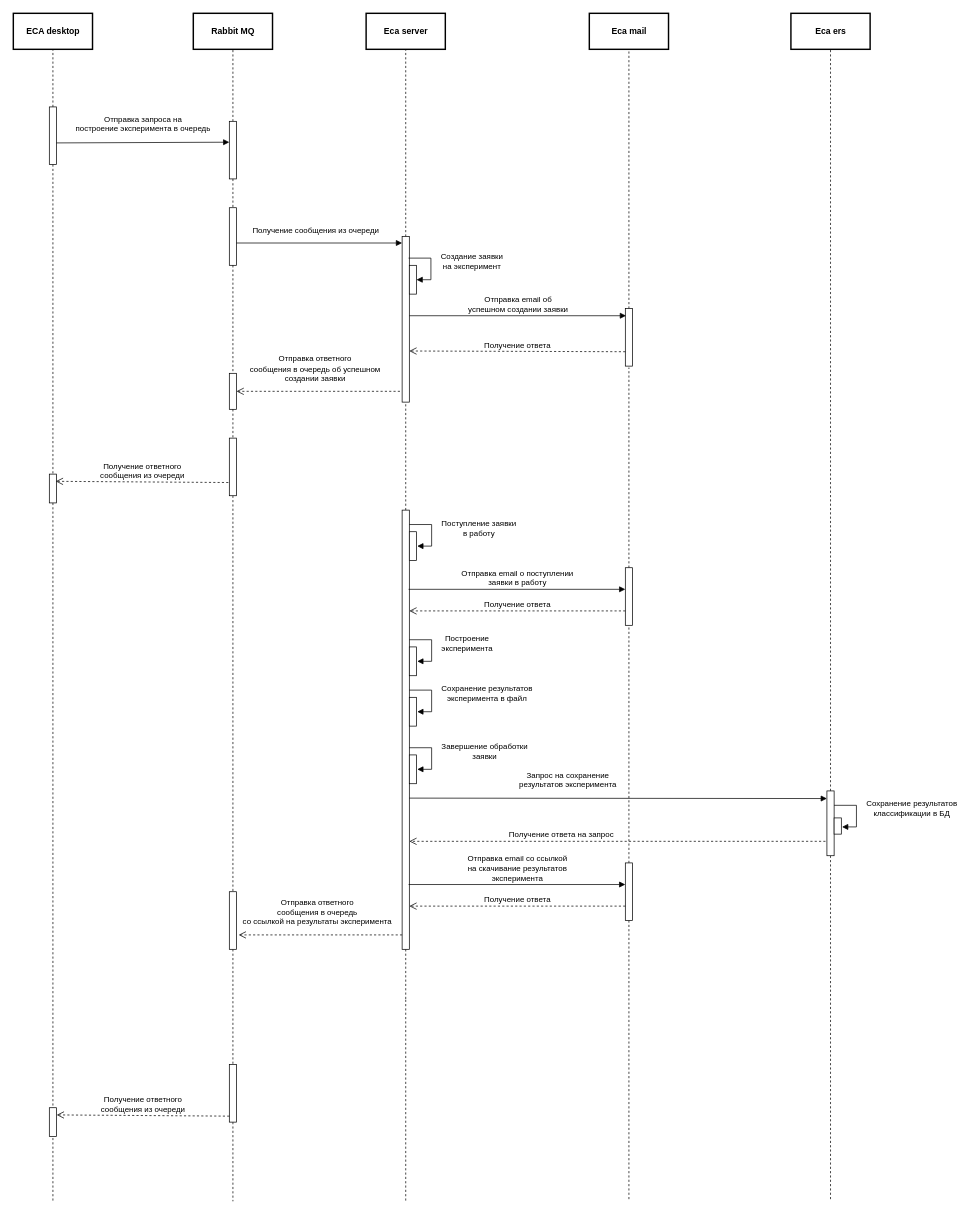
The draw.io diagram doc/schemas/Experiment request sequence.drawio in Stonnos/eca-service, before the edit. Source tidied: cells renumbered, new cells numbered last; positions are measured from the earlier drawing's top-left corner, leaving out a move shared by most shapes. Both pictures are drawn from the tidied source at 72%, with x=0, y=0 at pixel (13, 13).
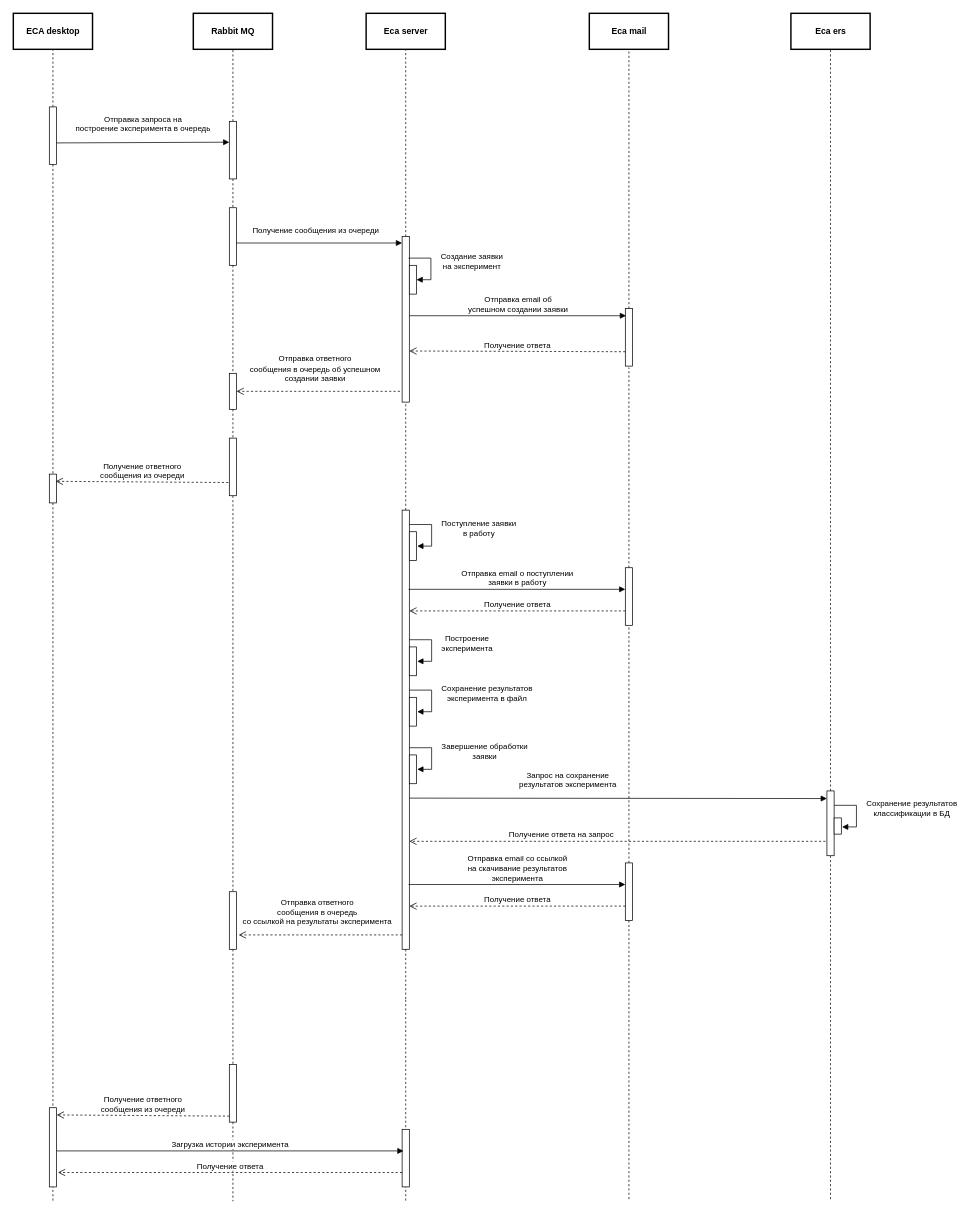
After the change.

Change to the diagram source:
```diff
@@
     <mxCell id="65" style="html=1;points=[];perimeter=orthogonalPerimeter;" parent="1" vertex="1">
-      <mxGeometry x="50" y="1520" width="10" height="40" as="geometry" />
+      <mxGeometry x="50" y="1520" width="10" height="110" as="geometry" />
     </mxCell>
@@
+    <mxCell id="67" style="html=1;points=[];perimeter=orthogonalPerimeter;" parent="1" vertex="1">
+      <mxGeometry x="540" y="1550" width="10" height="80" as="geometry" />
+    </mxCell>
+    <mxCell id="68" value="Загрузка истории эксперимента" style="html=1;verticalAlign=bottom;endArrow=block;entryX=0.2;entryY=0.375;entryDx=0;entryDy=0;entryPerimeter=0;" parent="1" edge="1" target="67">
+      <mxGeometry relative="1" as="geometry">
+        <mxPoint x="60" y="1580" as="sourcePoint" />
+      </mxGeometry>
+    </mxCell>
+    <mxCell id="69" value="Получение ответа" style="html=1;verticalAlign=bottom;endArrow=open;dashed=1;endSize=8;entryX=1.2;entryY=0.818;entryDx=0;entryDy=0;entryPerimeter=0;" parent="1" edge="1" target="65">
+      <mxGeometry relative="1" as="geometry">
+        <mxPoint x="540" y="1610" as="sourcePoint" />
+      </mxGeometry>
+    </mxCell>
```
